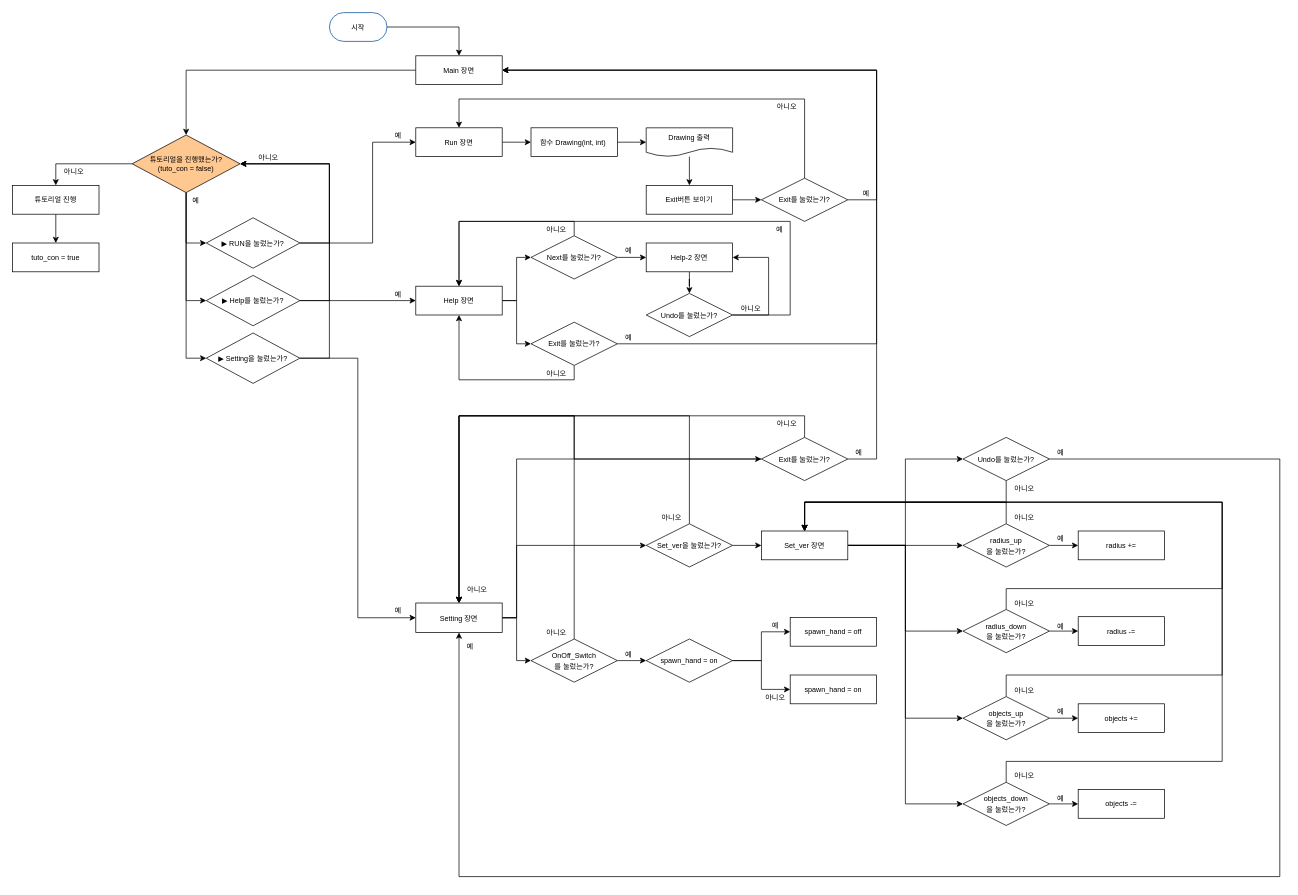
The draw.io diagram AngleFunction_Circle.drawio in Applepie072/Draw.io, before the edit. Source tidied: cells renumbered, new cells numbered last; positions are measured from the earlier drawing's top-left corner, leaving out a move shared by most shapes. Both pictures are drawn from the tidied source at 72%, with x=0, y=0 at pixel (12, 12).
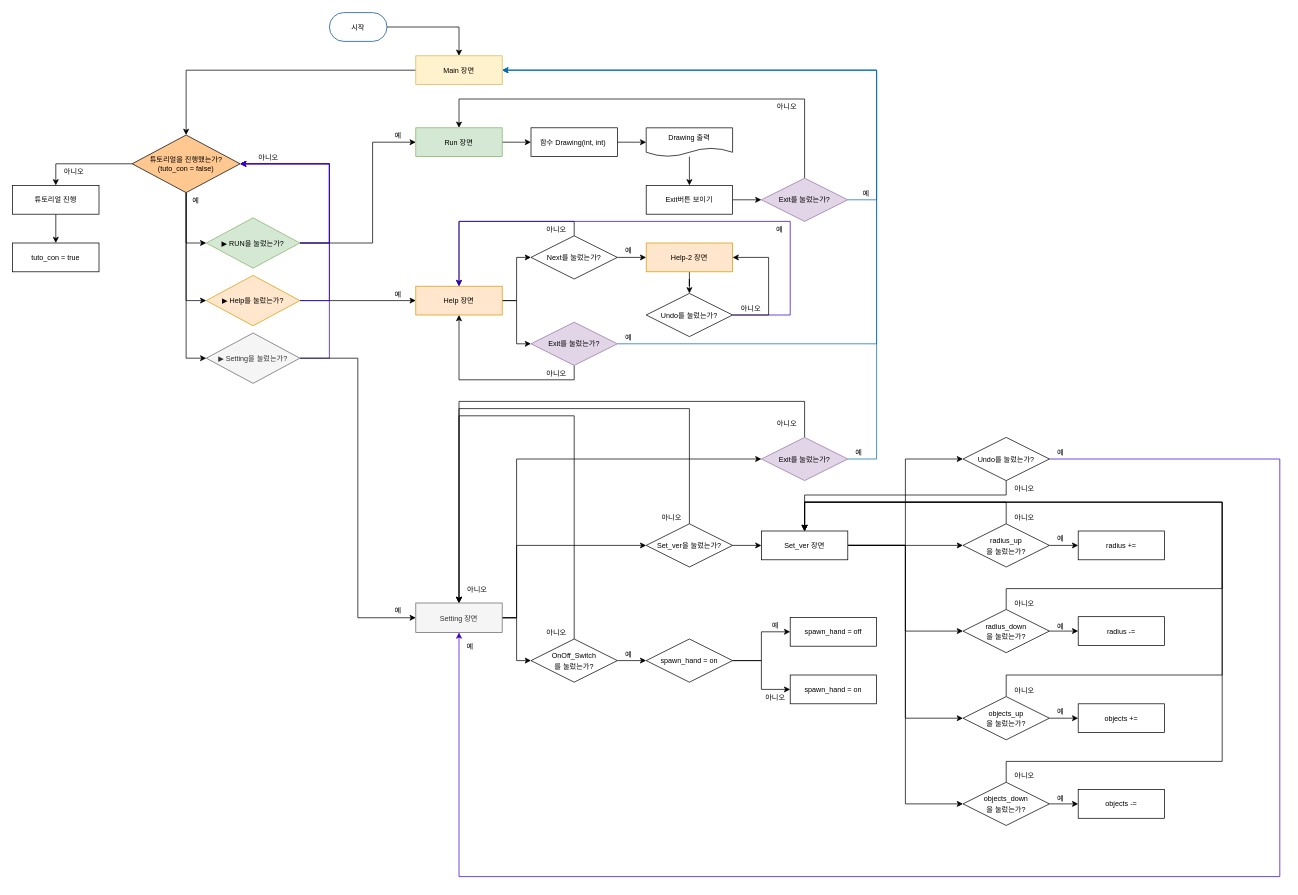
The same diagram, later.

Unchanged cells that the change refers to:
```xml
<mxCell id="10" value="&lt;font style=&quot;font-size: 10px; line-height: 1.2;&quot;&gt;튜토리얼을 진행했는가?&lt;br style=&quot;font-size: 10px;&quot;&gt;(tuto_con = false)&lt;br style=&quot;font-size: 10px;&quot;&gt;&lt;/font&gt;" style="rhombus;whiteSpace=wrap;html=1;fontSize=10;fillColor=#FFC891;strokeColor=#030200;" parent="1" vertex="1">
  <mxGeometry x="166" y="170" width="150" height="80" as="geometry" />
</mxCell>
<mxCell id="62" value="&lt;font style=&quot;font-size: 10px;&quot;&gt;Undo를 눌렀는가?&lt;/font&gt;" style="rhombus;whiteSpace=wrap;html=1;" parent="1" vertex="1">
  <mxGeometry x="880" y="390" width="120" height="60" as="geometry" />
</mxCell>
<mxCell id="85" value="&lt;font style=&quot;font-size: 10px;&quot;&gt;Set_ver을 눌렀는가?&lt;/font&gt;" style="rhombus;whiteSpace=wrap;html=1;" parent="1" vertex="1">
  <mxGeometry x="880" y="710" width="120" height="60" as="geometry" />
</mxCell>
<mxCell id="92" value="&lt;font style=&quot;font-size: 10px;&quot;&gt;Set_ver 장면&lt;/font&gt;" style="whiteSpace=wrap;html=1;" parent="1" vertex="1">
  <mxGeometry x="1040" y="720" width="120" height="40" as="geometry" />
</mxCell>
<mxCell id="109" value="&lt;span style=&quot;font-size: 10px;&quot;&gt;Undo를 눌렀는가?&lt;/span&gt;" style="rhombus;whiteSpace=wrap;html=1;" parent="1" vertex="1">
  <mxGeometry x="1320" y="590" width="120" height="60" as="geometry" />
</mxCell>
```

Diff of the diagram source:
```diff
@@
+    <mxCell id="125" style="edgeStyle=orthogonalEdgeStyle;rounded=0;jettySize=auto;html=1;entryX=1;entryY=0.5;entryDx=0;entryDy=0;strokeColor=#3700CC;fillColor=#6a00ff;" parent="1" edge="1" source="15" target="10">
+      <mxGeometry relative="1" as="geometry">
+        <Array as="points">
+          <mxPoint x="440" y="320" />
+          <mxPoint x="440" y="210" />
+        </Array>
+      </mxGeometry>
+    </mxCell>
-    <mxCell id="15" value="&lt;font style=&quot;font-size: 10px; line-height: 1.2;&quot;&gt;▶ RUN을 눌렀는가?&lt;/font&gt;" style="rhombus;whiteSpace=wrap;html=1;fontSize=10;" parent="1" vertex="1">
+    <mxCell id="15" value="&lt;font style=&quot;font-size: 10px; line-height: 1.2;&quot;&gt;▶ RUN을 눌렀는가?&lt;/font&gt;" style="rhombus;whiteSpace=wrap;html=1;fontSize=10;fillColor=#d5e8d4;strokeColor=#82b366;" parent="1" vertex="1">
       <mxGeometry x="269" y="285" width="130" height="70" as="geometry" />
     </mxCell>
@@
-    <mxCell id="17" style="edgeStyle=orthogonalEdgeStyle;rounded=0;jettySize=auto;html=1;entryX=1;entryY=0.5;entryDx=0;entryDy=0;fontFamily=Tahoma;fontSize=10;" parent="1" edge="1" source="18" target="10">
+    <mxCell id="17" style="edgeStyle=orthogonalEdgeStyle;rounded=0;jettySize=auto;html=1;entryX=1;entryY=0.5;entryDx=0;entryDy=0;fontFamily=Tahoma;fontSize=10;fillColor=#6a00ff;strokeColor=#3700CC;" parent="1" edge="1" source="18" target="10">
       <mxGeometry relative="1" as="geometry">
         <Array as="points">
           <mxPoint x="440" y="400" />
           <mxPoint x="440" y="210" />
         </Array>
       </mxGeometry>
     </mxCell>
-    <mxCell id="18" value="&lt;font style=&quot;font-size: 10px; line-height: 1.2;&quot;&gt;▶ Help를 눌렀는가?&lt;/font&gt;" style="rhombus;whiteSpace=wrap;html=1;fontSize=10;" parent="1" vertex="1">
+    <mxCell id="18" value="&lt;font style=&quot;font-size: 10px; line-height: 1.2;&quot;&gt;▶ Help를 눌렀는가?&lt;/font&gt;" style="rhombus;whiteSpace=wrap;html=1;fontSize=10;fillColor=#ffe6cc;strokeColor=#d79b00;" parent="1" vertex="1">
       <mxGeometry x="269" y="365" width="130" height="70" as="geometry" />
     </mxCell>
-    <mxCell id="19" style="edgeStyle=orthogonalEdgeStyle;rounded=0;jettySize=auto;html=1;entryX=1;entryY=0.5;entryDx=0;entryDy=0;fontFamily=Tahoma;fontSize=10;" parent="1" edge="1" source="21" target="10">
+    <mxCell id="19" style="edgeStyle=orthogonalEdgeStyle;rounded=0;jettySize=auto;html=1;entryX=1;entryY=0.5;entryDx=0;entryDy=0;fontFamily=Tahoma;fontSize=10;fillColor=#6a00ff;strokeColor=#3700CC;" parent="1" edge="1" source="21" target="10">
       <mxGeometry relative="1" as="geometry">
         <Array as="points">
           <mxPoint x="440" y="480" />
           <mxPoint x="440" y="210" />
         </Array>
       </mxGeometry>
     </mxCell>
@@
-    <mxCell id="21" value="&lt;font style=&quot;font-size: 10px; line-height: 1.2;&quot;&gt;▶ Setting을 눌렀는가?&lt;/font&gt;" style="rhombus;whiteSpace=wrap;html=1;fontSize=10;" parent="1" vertex="1">
+    <mxCell id="21" value="&lt;font style=&quot;font-size: 10px; line-height: 1.2;&quot;&gt;▶ Setting을 눌렀는가?&lt;/font&gt;" style="rhombus;whiteSpace=wrap;html=1;fontSize=10;fillColor=#f5f5f5;fontColor=#333333;strokeColor=#666666;" parent="1" vertex="1">
       <mxGeometry x="269" y="445" width="130" height="70" as="geometry" />
     </mxCell>
@@
-    <mxCell id="25" value="&lt;font style=&quot;font-size: 10px;&quot;&gt;Run 장면&lt;/font&gt;" style="whiteSpace=wrap;html=1;fontSize=10;" parent="1" vertex="1">
+    <mxCell id="25" value="&lt;font style=&quot;font-size: 10px;&quot;&gt;Run 장면&lt;/font&gt;" style="whiteSpace=wrap;html=1;fontSize=10;fillColor=#d5e8d4;strokeColor=#82b366;" parent="1" vertex="1">
       <mxGeometry x="560" y="160" width="120" height="40" as="geometry" />
     </mxCell>
@@
-    <mxCell id="28" value="Help 장면" style="whiteSpace=wrap;html=1;fontSize=10;" parent="1" vertex="1">
+    <mxCell id="28" value="Help 장면" style="whiteSpace=wrap;html=1;fontSize=10;fillColor=#ffe6cc;strokeColor=#d79b00;" parent="1" vertex="1">
       <mxGeometry x="560" y="380" width="120" height="40" as="geometry" />
     </mxCell>
@@
-    <mxCell id="32" value="Setting 장면" style="whiteSpace=wrap;html=1;fontSize=10;" parent="1" vertex="1">
+    <mxCell id="32" value="Setting 장면" style="whiteSpace=wrap;html=1;fontSize=10;fillColor=#f5f5f5;fontColor=#333333;strokeColor=#666666;" parent="1" vertex="1">
       <mxGeometry x="560" y="820" width="120" height="41" as="geometry" />
     </mxCell>
@@
-    <mxCell id="40" style="edgeStyle=orthogonalEdgeStyle;rounded=0;jettySize=auto;html=1;entryX=1;entryY=0.5;entryDx=0;entryDy=0;fontSize=10;" parent="1" edge="1" source="42" target="47">
+    <mxCell id="40" style="edgeStyle=orthogonalEdgeStyle;rounded=0;jettySize=auto;html=1;entryX=1;entryY=0.5;entryDx=0;entryDy=0;fontSize=10;fillColor=#1ba1e2;strokeColor=#006EAF;" parent="1" edge="1" source="42" target="47">
       <mxGeometry relative="1" as="geometry">
         <Array as="points">
           <mxPoint x="1200" y="260" />
           <mxPoint x="1200" y="80" />
         </Array>
       </mxGeometry>
     </mxCell>
@@
-    <mxCell id="42" value="&lt;font style=&quot;font-size: 10px;&quot;&gt;Exit를 눌렀는가?&lt;/font&gt;" style="rhombus;whiteSpace=wrap;html=1;" parent="1" vertex="1">
+    <mxCell id="42" value="&lt;font style=&quot;font-size: 10px;&quot;&gt;Exit를 눌렀는가?&lt;/font&gt;" style="rhombus;whiteSpace=wrap;html=1;fillColor=#e1d5e7;strokeColor=#9673a6;" parent="1" vertex="1">
       <mxGeometry x="1040" y="230" width="120" height="60" as="geometry" />
     </mxCell>
@@
-    <mxCell id="47" value="Main 장면" style="rounded=0;whiteSpace=wrap;html=1;fontSize=10;" parent="1" vertex="1">
+    <mxCell id="47" value="Main 장면" style="rounded=0;whiteSpace=wrap;html=1;fontSize=10;fillColor=#fff2cc;strokeColor=#d6b656;" parent="1" vertex="1">
       <mxGeometry x="560" y="60" width="120" height="40" as="geometry" />
     </mxCell>
@@
-    <mxCell id="52" style="edgeStyle=orthogonalEdgeStyle;rounded=0;jettySize=auto;html=1;entryX=1;entryY=0.5;entryDx=0;entryDy=0;fontSize=10;" parent="1" edge="1" source="54" target="47">
+    <mxCell id="52" style="edgeStyle=orthogonalEdgeStyle;rounded=0;jettySize=auto;html=1;entryX=1;entryY=0.5;entryDx=0;entryDy=0;fontSize=10;fillColor=#1ba1e2;strokeColor=#006EAF;" parent="1" edge="1" source="54" target="47">
       <mxGeometry relative="1" as="geometry">
         <Array as="points">
           <mxPoint x="1200" y="460" />
           <mxPoint x="1200" y="80" />
         </Array>
       </mxGeometry>
     </mxCell>
@@
-    <mxCell id="54" value="&lt;font style=&quot;font-size: 10px;&quot;&gt;Exit를 눌렀는가?&lt;/font&gt;" style="rhombus;whiteSpace=wrap;html=1;" parent="1" vertex="1">
+    <mxCell id="54" value="&lt;font style=&quot;font-size: 10px;&quot;&gt;Exit를 눌렀는가?&lt;/font&gt;" style="rhombus;whiteSpace=wrap;html=1;fillColor=#e1d5e7;strokeColor=#9673a6;" parent="1" vertex="1">
       <mxGeometry x="720" y="430" width="120" height="60" as="geometry" />
     </mxCell>
@@
-    <mxCell id="59" value="&lt;font style=&quot;font-size: 10px;&quot;&gt;Help-2 장면&lt;/font&gt;" style="whiteSpace=wrap;html=1;" parent="1" vertex="1">
+    <mxCell id="59" value="&lt;font style=&quot;font-size: 10px;&quot;&gt;Help-2 장면&lt;/font&gt;" style="whiteSpace=wrap;html=1;fillColor=#ffe6cc;strokeColor=#d79b00;" parent="1" vertex="1">
       <mxGeometry x="880" y="320" width="120" height="40" as="geometry" />
     </mxCell>
-    <mxCell id="60" style="edgeStyle=orthogonalEdgeStyle;rounded=0;jettySize=auto;html=1;entryX=0.5;entryY=0;entryDx=0;entryDy=0;fontSize=10;" parent="1" edge="1" source="62" target="28">
+    <mxCell id="60" style="edgeStyle=orthogonalEdgeStyle;rounded=0;jettySize=auto;html=1;entryX=0.5;entryY=0;entryDx=0;entryDy=0;fontSize=10;fillColor=#6a00ff;strokeColor=#3700CC;" parent="1" edge="1" source="62" target="28">
       <mxGeometry relative="1" as="geometry">
         <Array as="points">
           <mxPoint x="1080" y="420" />
           <mxPoint x="1080" y="290" />
           <mxPoint x="620" y="290" />
         </Array>
       </mxGeometry>
     </mxCell>
@@
-    <mxCell id="77" style="edgeStyle=orthogonalEdgeStyle;rounded=0;jettySize=auto;html=1;entryX=0.5;entryY=0;entryDx=0;entryDy=0;fontSize=10;" parent="1" edge="1" source="80" target="32">
-      <mxGeometry relative="1" as="geometry">
-        <Array as="points">
-          <mxPoint x="780" y="560" />
-          <mxPoint x="620" y="560" />
-        </Array>
-      </mxGeometry>
-    </mxCell>
-    <mxCell id="78" style="edgeStyle=orthogonalEdgeStyle;rounded=0;jettySize=auto;html=1;entryX=1;entryY=0.5;entryDx=0;entryDy=0;fontSize=10;" parent="1" edge="1" source="80" target="47">
+    <mxCell id="78" style="edgeStyle=orthogonalEdgeStyle;rounded=0;jettySize=auto;html=1;entryX=1;entryY=0.5;entryDx=0;entryDy=0;fontSize=10;fillColor=#1ba1e2;strokeColor=#006EAF;" parent="1" edge="1" source="80" target="47">
       <mxGeometry relative="1" as="geometry">
         <Array as="points">
           <mxPoint x="1200" y="620" />
           <mxPoint x="1200" y="80" />
         </Array>
       </mxGeometry>
     </mxCell>
-    <mxCell id="79" style="edgeStyle=orthogonalEdgeStyle;rounded=0;jettySize=auto;html=1;entryX=0.5;entryY=0;entryDx=0;entryDy=0;fontSize=10;" parent="1" edge="1" source="80" target="32">
+    <mxCell id="79" style="edgeStyle=orthogonalEdgeStyle;rounded=0;orthogonalLoop=1;jettySize=auto;html=1;entryX=0.5;entryY=0;entryDx=0;entryDy=0;fontSize=10;" parent="1" edge="1">
       <mxGeometry relative="1" as="geometry">
+        <mxPoint x="1100" y="590" as="sourcePoint" />
+        <mxPoint x="620" y="820" as="targetPoint" />
         <Array as="points">
-          <mxPoint x="1100" y="560" />
-          <mxPoint x="620" y="560" />
+          <mxPoint x="1100" y="540" />
+          <mxPoint x="620" y="540" />
         </Array>
       </mxGeometry>
     </mxCell>
-    <mxCell id="80" value="&lt;font style=&quot;font-size: 10px;&quot;&gt;Exit를 눌렀는가?&lt;/font&gt;" style="rhombus;whiteSpace=wrap;html=1;" parent="1" vertex="1">
+    <mxCell id="80" value="&lt;font style=&quot;font-size: 10px;&quot;&gt;Exit를 눌렀는가?&lt;/font&gt;" style="rhombus;whiteSpace=wrap;html=1;fillColor=#e1d5e7;strokeColor=#9673a6;" parent="1" vertex="1">
       <mxGeometry x="1040" y="590" width="120" height="60" as="geometry" />
     </mxCell>
@@
     <mxCell id="83" style="edgeStyle=orthogonalEdgeStyle;rounded=0;jettySize=auto;html=1;entryX=0.5;entryY=0;entryDx=0;entryDy=0;fontSize=10;" parent="1" edge="1" source="85" target="32">
       <mxGeometry relative="1" as="geometry">
         <Array as="points">
-          <mxPoint x="940" y="560" />
-          <mxPoint x="620" y="560" />
+          <mxPoint x="940" y="550" />
+          <mxPoint x="620" y="550" />
         </Array>
       </mxGeometry>
     </mxCell>
@@
-    <mxCell id="107" style="edgeStyle=orthogonalEdgeStyle;rounded=0;jettySize=auto;html=1;entryX=0.5;entryY=1;entryDx=0;entryDy=0;" parent="1" edge="1" source="109" target="32">
+    <mxCell id="107" style="edgeStyle=orthogonalEdgeStyle;rounded=0;jettySize=auto;html=1;entryX=0.5;entryY=1;entryDx=0;entryDy=0;fillColor=#6a00ff;strokeColor=#3700CC;" parent="1" edge="1" source="109" target="32">
       <mxGeometry relative="1" as="geometry">
         <Array as="points">
           <mxPoint x="1760" y="620" />
           <mxPoint x="1760" y="1200" />
           <mxPoint x="620" y="1200" />
         </Array>
       </mxGeometry>
     </mxCell>
-    <mxCell id="108" style="edgeStyle=orthogonalEdgeStyle;rounded=0;jettySize=auto;html=1;entryX=0.5;entryY=0;entryDx=0;entryDy=0;" parent="1" edge="1" source="109" target="92">
+    <mxCell id="108" style="edgeStyle=orthogonalEdgeStyle;rounded=0;orthogonalLoop=1;jettySize=auto;html=1;entryX=0.5;entryY=0;entryDx=0;entryDy=0;" parent="1" edge="1">
       <mxGeometry relative="1" as="geometry">
+        <mxPoint x="1380" y="650" as="sourcePoint" />
+        <mxPoint x="1100" y="720" as="targetPoint" />
         <Array as="points">
-          <mxPoint x="1380" y="680" />
-          <mxPoint x="1100" y="680" />
+          <mxPoint x="1380" y="670" />
+          <mxPoint x="1100" y="670" />
         </Array>
       </mxGeometry>
     </mxCell>
```
